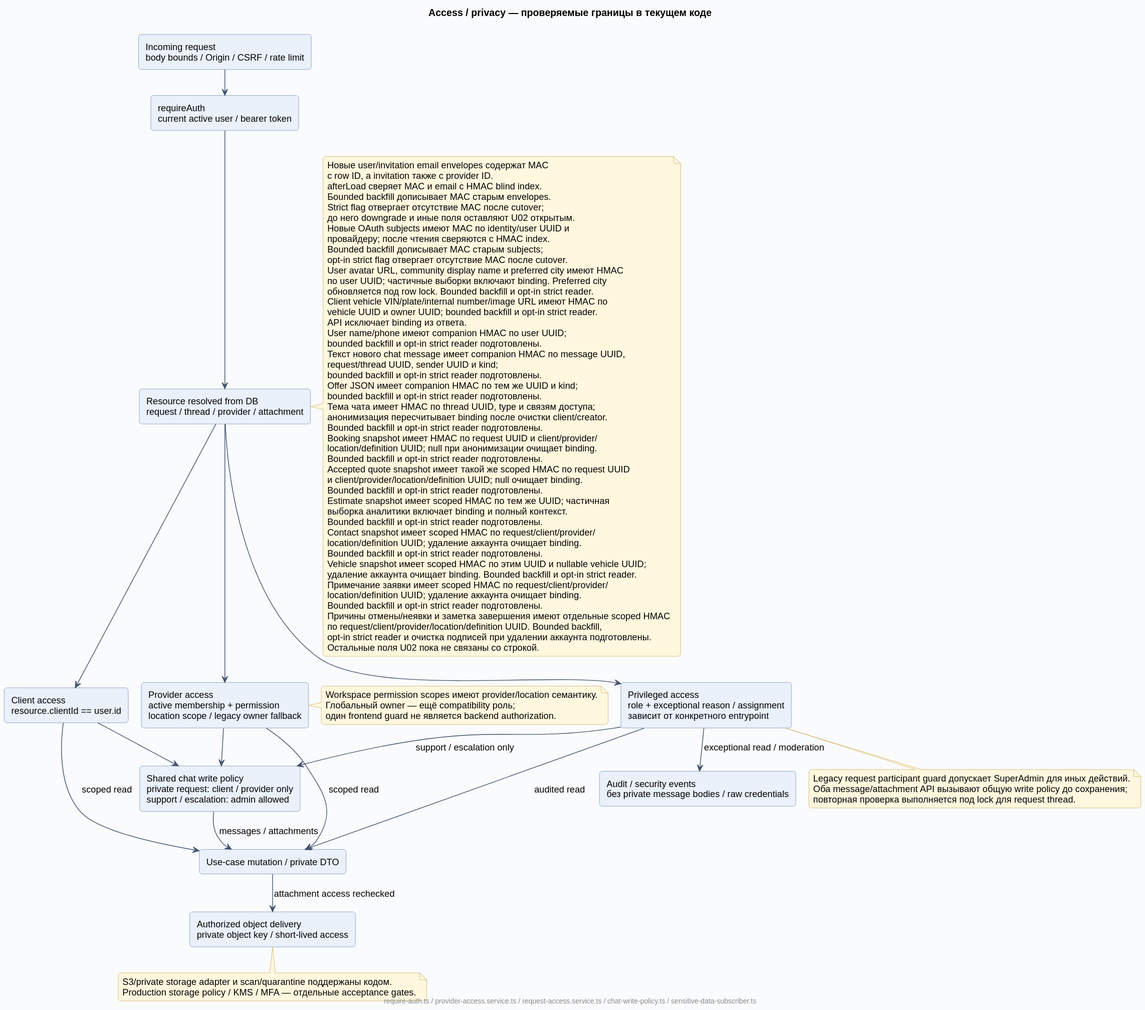
Dima163163/auto-care-hub keeps this PlantUML diagram as docs/diagrams/rendered/09-access-privacy.svg. Above is the earlier version.
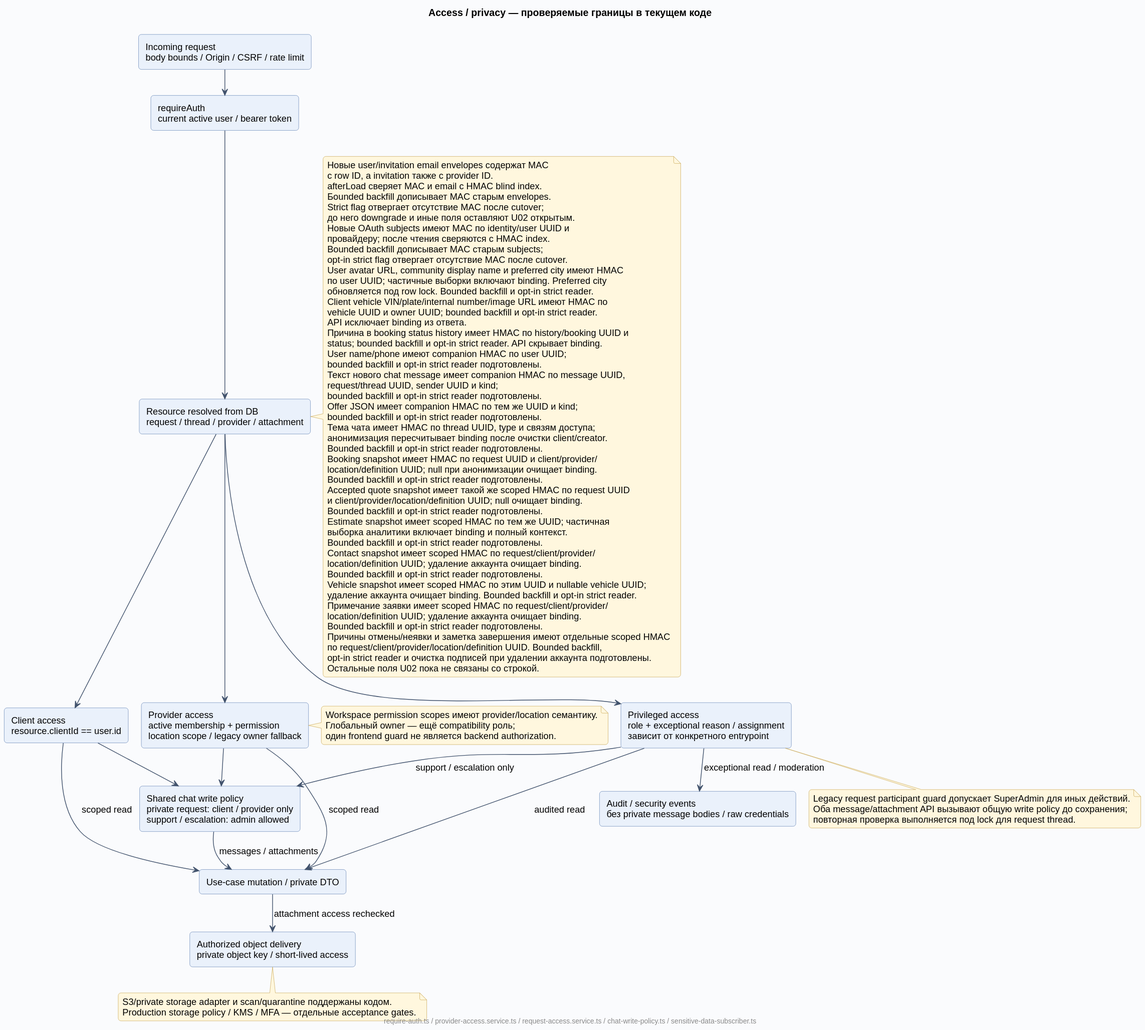
After the change.

The edit, as a diff of the source:
```diff
@@ -48,6 +48,8 @@
   Client vehicle VIN/plate/internal number/image URL имеют HMAC по
   vehicle UUID и owner UUID; bounded backfill и opt-in strict reader.
   API исключает binding из ответа.
+  Причина в booking status history имеет HMAC по history/booking UUID и
+  status; bounded backfill и opt-in strict reader. API скрывает binding.
   User name/phone имеют companion HMAC по user UUID;
   bounded backfill и opt-in strict reader подготовлены.
   Текст нового chat message имеет companion HMAC по message UUID,
```
